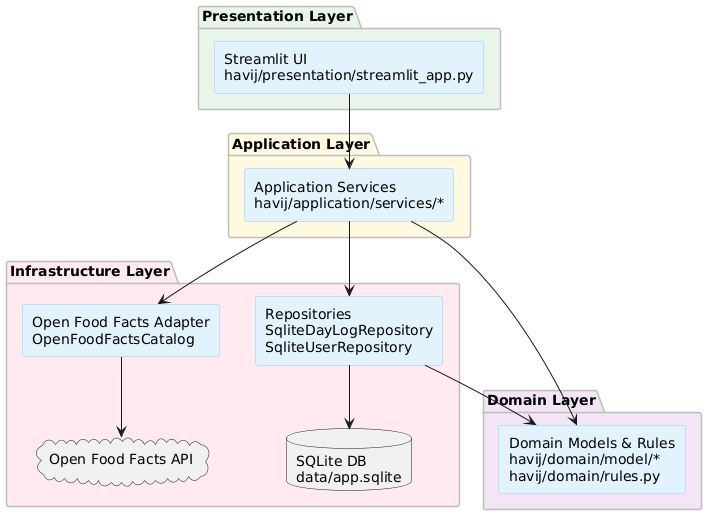
Above: pictures/uml-components.png in unibo-dtm-se-2425-havij/report (PlantUML), before the change.
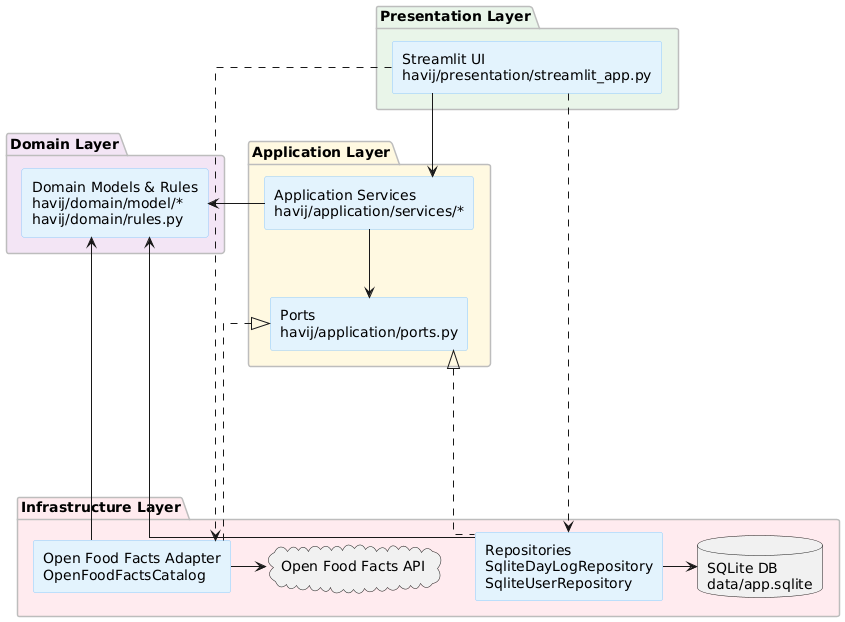
Later version of the same file.

What changed in the source:
```diff
@@ -2,6 +2,8 @@
 skinparam componentStyle rectangle
 skinparam packageBackgroundColor #f5f5f5
 skinparam packageBorderColor #bdbdbd
+skinparam linetype ortho
+top to bottom direction
 
 skinparam component {
   BackgroundColor #e3f2fd
@@ -14,6 +16,7 @@
 
 package "Application Layer" #fff8e1 {
   component "Application Services\nhavij/application/services/*" as App
+  component "Ports\nhavij/application/ports.py" as Ports
 }
 
 package "Domain Layer" #f3e5f5 {
@@ -27,11 +30,18 @@
   cloud "Open Food Facts API" as OFF
 }
 
-UI --> App
-App --> Domain
-App --> Repo
-App --> API
-Repo --> DB
-API --> OFF
-Repo --> Domain
+UI -down-> App
+App -down-> Ports
+App -left-> Domain
+
+Repo -up-..|> Ports
+API -up-..|> Ports
+Repo -up-> Domain
+API -left-> Domain
+
+Repo -right-> DB
+API -right-> OFF
+
+UI ..> API
+UI ..> Repo
 @enduml
```
